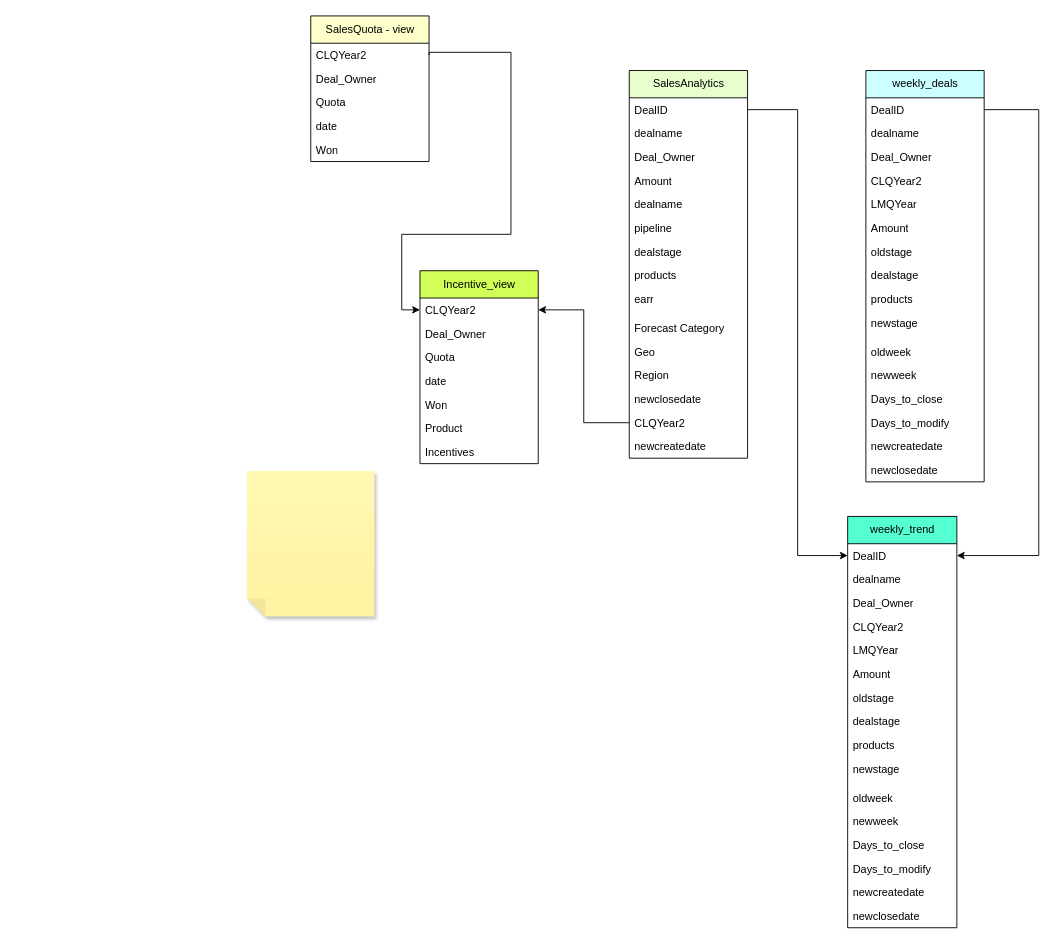
Before: Untitled Diagram.drawio in HeadGaur/rough, a draw.io diagram. Source tidied: cells renumbered, new cells numbered last; positions are measured from the earlier drawing's top-left corner, leaving out a move shared by most shapes. Both pictures are drawn from the tidied source at 91%, with x=0, y=0 at pixel (247, 15).
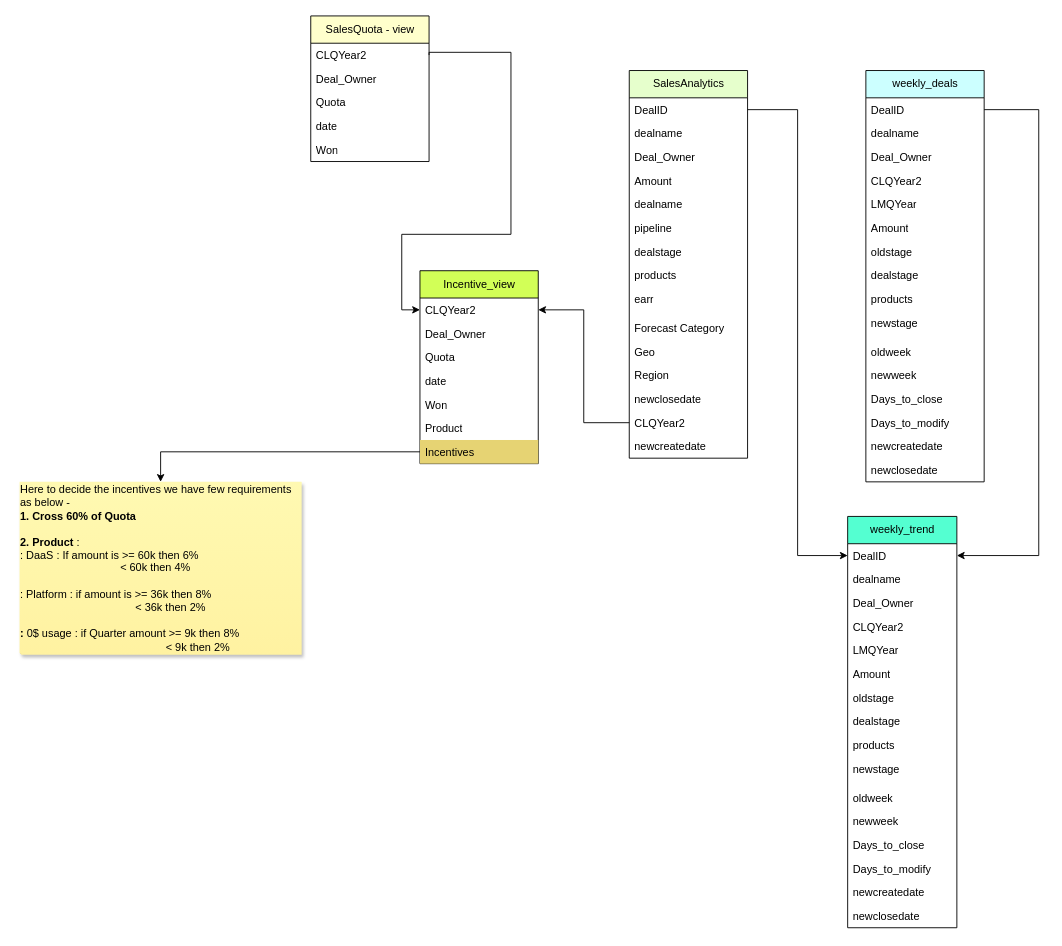
The same page after the edit.

Unchanged cells that the change refers to:
```xml
<mxCell id="43" value="Incentive_view" style="swimlane;fontStyle=0;horizontal=1;startSize=30;fillColor=#D2FF57;html=1;" parent="1" vertex="1">
  <mxGeometry x="190" y="280" width="130" height="212" as="geometry" />
</mxCell>
```

Diff of the diagram source:
```diff
@@
-    <mxCell id="50" value="Incentives" style="text;strokeColor=none;fillColor=none;align=left;verticalAlign=top;spacingLeft=4;spacingRight=4;overflow=hidden;points=[[0,0.5],[1,0.5]];portConstraint=eastwest;whiteSpace=wrap;html=1;" parent="43" vertex="1">
+    <mxCell id="50" value="Incentives" style="text;strokeColor=none;fillColor=#E6D373;align=left;verticalAlign=top;spacingLeft=4;spacingRight=4;overflow=hidden;points=[[0,0.5],[1,0.5]];portConstraint=eastwest;whiteSpace=wrap;html=1;" parent="43" vertex="1">
       <mxGeometry y="186" width="130" height="26" as="geometry" />
     </mxCell>
@@
-    <mxCell id="70" style="shape=note;whiteSpace=wrap;html=1;backgroundOutline=1;fontColor=#000000;darkOpacity=0.05;fillColor=#FFF9B2;strokeColor=none;fillStyle=solid;direction=west;gradientDirection=north;gradientColor=#FFF2A1;shadow=1;size=20;" parent="1" vertex="1">
-      <mxGeometry y="500" width="140" height="160" as="geometry" />
+    <mxCell id="70" value="&lt;div style=&quot;text-align: left;&quot;&gt;&lt;span style=&quot;background-color: initial;&quot;&gt;Here to decide the incentives we have few requirements as below -&amp;nbsp;&lt;/span&gt;&lt;/div&gt;&lt;b&gt;&lt;div style=&quot;text-align: left;&quot;&gt;&lt;b style=&quot;background-color: initial;&quot;&gt;1.&lt;/b&gt;&lt;span style=&quot;background-color: initial; font-weight: normal;&quot;&gt; &lt;/span&gt;&lt;b style=&quot;background-color: initial;&quot;&gt;Cross 60% of Quota&lt;/b&gt;&lt;/div&gt;&lt;div style=&quot;text-align: left;&quot;&gt;&lt;b style=&quot;background-color: initial;&quot;&gt;&lt;br&gt;&lt;/b&gt;&lt;/div&gt;&lt;/b&gt;&lt;b&gt;&lt;div style=&quot;text-align: left;&quot;&gt;&lt;b style=&quot;background-color: initial;&quot;&gt;2.&lt;/b&gt;&lt;span style=&quot;background-color: initial; font-weight: normal;&quot;&gt; &lt;/span&gt;&lt;b style=&quot;background-color: initial;&quot;&gt;Product &lt;/b&gt;&lt;span style=&quot;background-color: initial; font-weight: normal;&quot;&gt;:&lt;/span&gt;&lt;/div&gt;&lt;/b&gt;&lt;div style=&quot;text-align: left;&quot;&gt;&lt;span style=&quot;background-color: initial;&quot;&gt;: DaaS : If amount is &amp;gt;= 60k then 6%&lt;/span&gt;&lt;/div&gt;&lt;div style=&quot;text-align: left;&quot;&gt;&lt;span style=&quot;background-color: initial;&quot;&gt;&amp;nbsp; &amp;nbsp; &amp;nbsp; &amp;nbsp; &amp;nbsp; &amp;nbsp; &amp;nbsp; &amp;nbsp; &amp;nbsp; &amp;nbsp; &amp;nbsp; &amp;nbsp; &amp;nbsp; &amp;nbsp; &amp;nbsp; &amp;nbsp; &amp;nbsp;&amp;lt; 60k then 4%&lt;/span&gt;&lt;/div&gt;&lt;div style=&quot;text-align: left;&quot;&gt;&lt;span style=&quot;background-color: initial;&quot;&gt;&lt;br&gt;&lt;/span&gt;&lt;/div&gt;&lt;div style=&quot;text-align: left;&quot;&gt;&lt;span style=&quot;background-color: initial;&quot;&gt;: Platform : if amount is &amp;gt;= 36k then 8%&lt;/span&gt;&lt;/div&gt;&lt;div style=&quot;text-align: left;&quot;&gt;&lt;span style=&quot;background-color: initial;&quot;&gt;&amp;nbsp; &amp;nbsp; &amp;nbsp; &amp;nbsp; &amp;nbsp; &amp;nbsp; &amp;nbsp; &amp;nbsp; &amp;nbsp; &amp;nbsp; &amp;nbsp; &amp;nbsp; &amp;nbsp; &amp;nbsp; &amp;nbsp; &amp;nbsp; &amp;nbsp; &amp;nbsp; &amp;nbsp; &amp;lt; 36k then 2%&lt;/span&gt;&lt;/div&gt;&lt;div style=&quot;text-align: left;&quot;&gt;&lt;br&gt;&lt;/div&gt;&lt;div style=&quot;text-align: left;&quot;&gt;&lt;b style=&quot;font-weight: bold; background-color: initial;&quot;&gt;:&lt;/b&gt;&lt;span style=&quot;background-color: initial;&quot;&gt; 0$ usage : if&amp;nbsp;&lt;/span&gt;&lt;span style=&quot;background-color: initial;&quot;&gt;Quarter amount &amp;gt;= 9k then 8%&lt;/span&gt;&lt;/div&gt;&lt;div style=&quot;text-align: left;&quot;&gt;&lt;span style=&quot;background-color: initial;&quot;&gt;&amp;nbsp; &amp;nbsp; &amp;nbsp; &amp;nbsp; &amp;nbsp; &amp;nbsp; &amp;nbsp; &amp;nbsp; &amp;nbsp; &amp;nbsp; &amp;nbsp; &amp;nbsp; &amp;nbsp; &amp;nbsp; &amp;nbsp; &amp;nbsp; &amp;nbsp; &amp;nbsp; &amp;nbsp; &amp;nbsp; &amp;nbsp; &amp;nbsp; &amp;nbsp; &amp;nbsp; &amp;lt; 9k then 2%&lt;/span&gt;&lt;/div&gt;" style="shape=note;whiteSpace=wrap;html=1;backgroundOutline=1;fontColor=#000000;darkOpacity=0.05;fillColor=#FFF9B2;strokeColor=none;fillStyle=solid;direction=west;gradientDirection=north;gradientColor=#FFF2A1;shadow=1;size=2;" parent="1" vertex="1">
+      <mxGeometry x="-250" y="512" width="310" height="190" as="geometry" />
     </mxCell>
+    <mxCell id="71" style="edgeStyle=orthogonalEdgeStyle;rounded=0;jettySize=auto;html=1;exitX=0;exitY=0.5;exitDx=0;exitDy=0;" parent="1" edge="1" source="50" target="70">
+      <mxGeometry relative="1" as="geometry" />
+    </mxCell>
```
